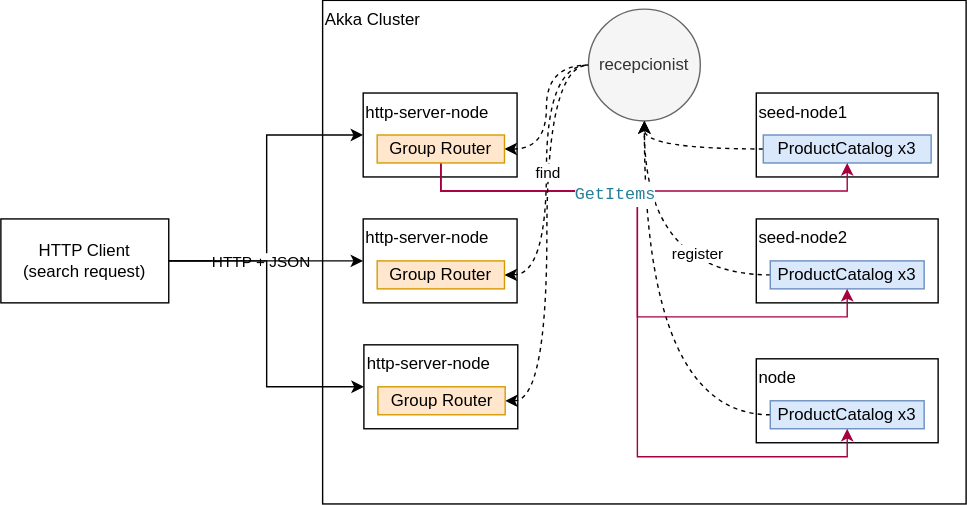
This is product_catalog_http_cluster.drawio.svg from agh-reactive/reactive-lab6, a draw.io export, as it was before one commit. Source tidied: cells renumbered, new cells last; positions are measured from the earlier drawing's top-left corner, leaving out a move shared by most shapes.
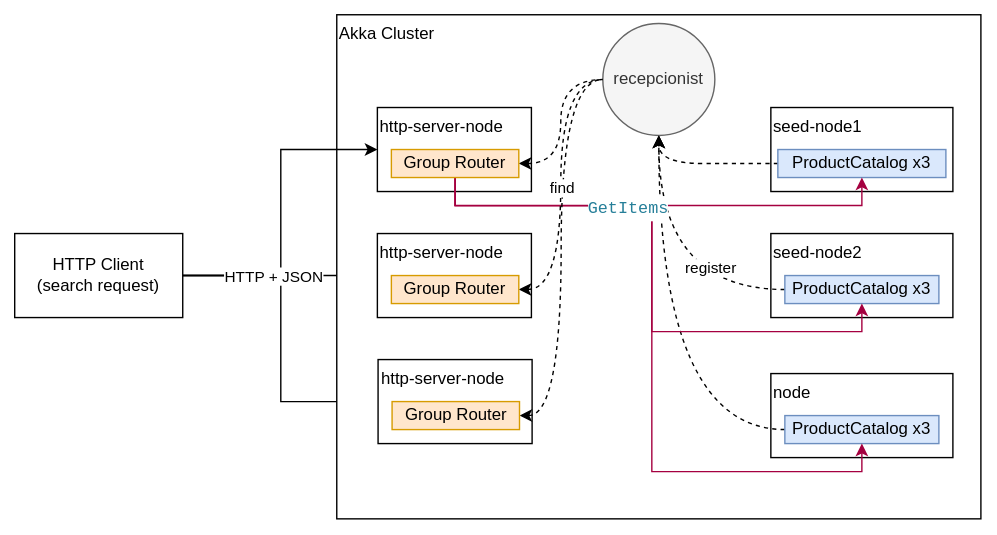
The same file after the commit.

Change to the diagram source:
```diff
@@ -2,133 +2,133 @@
   <root>
     <mxCell id="0" />
     <mxCell id="1" parent="0" />
+    <mxCell id="33" style="edgeStyle=orthogonalEdgeStyle;rounded=0;jettySize=auto;html=1;fontSize=9;fontColor=#000000;startArrow=none;startFill=0;endArrow=classic;endFill=1;" parent="1" edge="1" source="7" target="48">
+      <mxGeometry relative="1" as="geometry">
+        <Array as="points">
+          <mxPoint x="160" y="186.1" />
+          <mxPoint x="160" y="186.1" />
+        </Array>
+      </mxGeometry>
+    </mxCell>
+    <mxCell id="34" style="edgeStyle=orthogonalEdgeStyle;rounded=0;jettySize=auto;html=1;exitX=1;exitY=0.5;exitDx=0;exitDy=0;entryX=0;entryY=0.5;entryDx=0;entryDy=0;fontSize=9;fontColor=#000000;startArrow=none;startFill=0;endArrow=classic;endFill=1;" parent="1" edge="1" source="7" target="51">
+      <mxGeometry relative="1" as="geometry">
+        <Array as="points">
+          <mxPoint x="120" y="186.1" />
+          <mxPoint x="190" y="186.1" />
+          <mxPoint x="190" y="276.1" />
+        </Array>
+      </mxGeometry>
+    </mxCell>
     <mxCell id="2" value="Akka Cluster" style="rounded=0;whiteSpace=wrap;html=1;align=left;verticalAlign=top;" parent="1" vertex="1">
       <mxGeometry x="230" y="-0.2" width="460" height="360" as="geometry" />
     </mxCell>
-    <mxCell id="3" style="edgeStyle=orthogonalEdgeStyle;rounded=0;jettySize=auto;html=1;entryX=0;entryY=0.5;entryDx=0;entryDy=0;" parent="1" edge="1" source="7" target="19">
-      <mxGeometry relative="1" as="geometry">
-        <Array as="points">
-          <mxPoint x="190" y="186" />
-          <mxPoint x="190" y="96" />
-        </Array>
-      </mxGeometry>
-    </mxCell>
+    <mxCell id="35" style="edgeStyle=orthogonalEdgeStyle;rounded=0;jettySize=auto;html=1;entryX=0;entryY=0.5;entryDx=0;entryDy=0;" parent="1" edge="1" source="7" target="42">
+      <mxGeometry relative="1" as="geometry">
+        <Array as="points">
+          <mxPoint x="190" y="186.1" />
+          <mxPoint x="190" y="96" />
+        </Array>
+      </mxGeometry>
+    </mxCell>
-    <mxCell id="4" value="HTTP + JSON" style="edgeLabel;html=1;align=center;verticalAlign=middle;" parent="3" vertex="1">
+    <mxCell id="4" value="HTTP + JSON" style="edgeLabel;html=1;align=center;verticalAlign=middle;" parent="35" vertex="1">
       <mxGeometry x="0.05" y="-3" relative="1" as="geometry">
         <mxPoint x="-8" y="50" as="offset" />
       </mxGeometry>
     </mxCell>
-    <mxCell id="5" style="edgeStyle=orthogonalEdgeStyle;rounded=0;jettySize=auto;html=1;fontSize=9;fontColor=#000000;startArrow=none;startFill=0;endArrow=classic;endFill=1;" parent="1" edge="1" source="7" target="26">
-      <mxGeometry relative="1" as="geometry">
-        <Array as="points">
-          <mxPoint x="160" y="186" />
-          <mxPoint x="160" y="186" />
-        </Array>
-      </mxGeometry>
-    </mxCell>
-    <mxCell id="6" style="edgeStyle=orthogonalEdgeStyle;rounded=0;jettySize=auto;html=1;exitX=1;exitY=0.5;exitDx=0;exitDy=0;entryX=0;entryY=0.5;entryDx=0;entryDy=0;fontSize=9;fontColor=#000000;startArrow=none;startFill=0;endArrow=classic;endFill=1;" parent="1" edge="1" source="7" target="29">
-      <mxGeometry relative="1" as="geometry">
-        <Array as="points">
-          <mxPoint x="120" y="186" />
-          <mxPoint x="190" y="186" />
-          <mxPoint x="190" y="276" />
-        </Array>
-      </mxGeometry>
-    </mxCell>
     <mxCell id="7" value="HTTP Client&lt;br&gt;(search request)" style="rounded=0;whiteSpace=wrap;html=1;" parent="1" vertex="1">
-      <mxGeometry y="156" width="120" height="60" as="geometry" />
+      <mxGeometry y="156.1" width="120" height="60" as="geometry" />
     </mxCell>
     <mxCell id="8" value="seed-node1" style="rounded=0;whiteSpace=wrap;html=1;align=left;verticalAlign=top;" parent="1" vertex="1">
       <mxGeometry x="540" y="66" width="130" height="60" as="geometry" />
     </mxCell>
-    <mxCell id="9" style="rounded=0;jettySize=auto;html=1;entryX=0.5;entryY=1;entryDx=0;entryDy=0;dashed=1;edgeStyle=orthogonalEdgeStyle;elbow=vertical;curved=1;" parent="1" edge="1" source="10" target="11">
-      <mxGeometry relative="1" as="geometry" />
-    </mxCell>
-    <mxCell id="10" value="ProductCatalog x3" style="rounded=0;whiteSpace=wrap;html=1;align=center;verticalAlign=middle;fillColor=#dae8fc;strokeColor=#6c8ebf;" parent="1" vertex="1">
-      <mxGeometry x="545" y="96" width="120" height="20" as="geometry" />
-    </mxCell>
+    <mxCell id="36" style="rounded=0;jettySize=auto;html=1;entryX=0.5;entryY=1;entryDx=0;entryDy=0;dashed=1;edgeStyle=orthogonalEdgeStyle;elbow=vertical;curved=1;" parent="1" edge="1" source="37" target="11">
+      <mxGeometry relative="1" as="geometry" />
+    </mxCell>
+    <mxCell id="37" value="ProductCatalog x3" style="rounded=0;whiteSpace=wrap;html=1;align=center;verticalAlign=middle;fillColor=#dae8fc;strokeColor=#6c8ebf;" parent="1" vertex="1">
+      <mxGeometry x="545" y="96" width="120" height="20" as="geometry" />
+    </mxCell>
     <mxCell id="11" value="recepcionist" style="ellipse;whiteSpace=wrap;html=1;align=center;verticalAlign=middle;fillColor=#f5f5f5;strokeColor=#666666;fontColor=#333333;" parent="1" vertex="1">
       <mxGeometry x="420" y="6" width="80" height="80" as="geometry" />
     </mxCell>
     <mxCell id="12" value="seed-node2" style="rounded=0;whiteSpace=wrap;html=1;align=left;verticalAlign=top;" parent="1" vertex="1">
-      <mxGeometry x="540" y="156" width="130" height="60" as="geometry" />
+      <mxGeometry x="540" y="156.1" width="130" height="60" as="geometry" />
     </mxCell>
-    <mxCell id="13" style="rounded=0;jettySize=auto;html=1;dashed=1;edgeStyle=orthogonalEdgeStyle;elbow=vertical;curved=1;" parent="1" edge="1" source="15">
-      <mxGeometry relative="1" as="geometry">
-        <mxPoint x="460" y="86" as="targetPoint" />
-      </mxGeometry>
-    </mxCell>
+    <mxCell id="38" style="rounded=0;jettySize=auto;html=1;dashed=1;edgeStyle=orthogonalEdgeStyle;elbow=vertical;curved=1;" parent="1" edge="1" source="39">
+      <mxGeometry relative="1" as="geometry">
+        <mxPoint x="460" y="86" as="targetPoint" />
+      </mxGeometry>
+    </mxCell>
-    <mxCell id="14" value="register" style="edgeLabel;html=1;align=center;verticalAlign=middle;" parent="13" vertex="1">
+    <mxCell id="14" value="register" style="edgeLabel;html=1;align=center;verticalAlign=middle;" parent="38" vertex="1">
       <mxGeometry x="-0.47" y="-16" relative="1" as="geometry" />
     </mxCell>
-    <mxCell id="15" value="ProductCatalog x3" style="rounded=0;whiteSpace=wrap;html=1;align=center;verticalAlign=middle;fillColor=#dae8fc;strokeColor=#6c8ebf;" parent="1" vertex="1">
-      <mxGeometry x="550" y="186" width="110" height="20" as="geometry" />
-    </mxCell>
+    <mxCell id="39" value="ProductCatalog x3" style="rounded=0;whiteSpace=wrap;html=1;align=center;verticalAlign=middle;fillColor=#dae8fc;strokeColor=#6c8ebf;" parent="1" vertex="1">
+      <mxGeometry x="550" y="186.1" width="110" height="20" as="geometry" />
+    </mxCell>
     <mxCell id="16" value="node" style="rounded=0;whiteSpace=wrap;html=1;align=left;verticalAlign=top;" parent="1" vertex="1">
-      <mxGeometry x="540" y="256" width="130" height="60" as="geometry" />
+      <mxGeometry x="540" y="256.1" width="130" height="60" as="geometry" />
     </mxCell>
-    <mxCell id="17" style="rounded=0;jettySize=auto;html=1;entryX=0.5;entryY=1;entryDx=0;entryDy=0;dashed=1;edgeStyle=orthogonalEdgeStyle;elbow=vertical;curved=1;" parent="1" edge="1" source="18" target="11">
-      <mxGeometry relative="1" as="geometry" />
-    </mxCell>
-    <mxCell id="18" value="ProductCatalog x3" style="rounded=0;whiteSpace=wrap;html=1;align=center;verticalAlign=middle;fillColor=#dae8fc;strokeColor=#6c8ebf;" parent="1" vertex="1">
-      <mxGeometry x="550" y="286" width="110" height="20" as="geometry" />
-    </mxCell>
-    <mxCell id="19" value="http-server-node" style="rounded=0;whiteSpace=wrap;html=1;align=left;verticalAlign=top;" parent="1" vertex="1">
-      <mxGeometry x="259" y="66" width="110" height="60" as="geometry" />
-    </mxCell>
-    <mxCell id="20" style="edgeStyle=orthogonalEdgeStyle;curved=1;rounded=0;jettySize=auto;html=1;entryX=0;entryY=0.5;entryDx=0;entryDy=0;dashed=1;startArrow=classic;startFill=1;endArrow=none;endFill=0;" parent="1" edge="1" source="25" target="11">
-      <mxGeometry relative="1" as="geometry" />
-    </mxCell>
-    <mxCell id="21" style="edgeStyle=orthogonalEdgeStyle;rounded=0;jettySize=auto;html=1;startArrow=none;startFill=0;endArrow=classic;endFill=1;exitX=0.5;exitY=1;exitDx=0;exitDy=0;entryX=0.5;entryY=1;entryDx=0;entryDy=0;fillColor=#d80073;strokeColor=#A50040;" parent="1" edge="1" source="25" target="10">
-      <mxGeometry relative="1" as="geometry" />
-    </mxCell>
-    <mxCell id="22" style="edgeStyle=orthogonalEdgeStyle;rounded=0;jettySize=auto;html=1;entryX=0.5;entryY=1;entryDx=0;entryDy=0;startArrow=none;startFill=0;endArrow=classic;endFill=1;fillColor=#d80073;strokeColor=#A50040;" parent="1" edge="1" source="25" target="15">
-      <mxGeometry relative="1" as="geometry">
-        <Array as="points">
-          <mxPoint x="315" y="136" />
-          <mxPoint x="455" y="136" />
-          <mxPoint x="455" y="226" />
-          <mxPoint x="605" y="226" />
-        </Array>
-      </mxGeometry>
-    </mxCell>
-    <mxCell id="23" style="edgeStyle=orthogonalEdgeStyle;rounded=0;jettySize=auto;html=1;startArrow=none;startFill=0;endArrow=classic;endFill=1;fillColor=#d80073;strokeColor=#A50040;" parent="1" edge="1" source="25">
-      <mxGeometry relative="1" as="geometry">
-        <mxPoint x="605" y="306" as="targetPoint" />
-        <Array as="points">
-          <mxPoint x="315" y="136" />
-          <mxPoint x="455" y="136" />
-          <mxPoint x="455" y="326" />
-          <mxPoint x="605" y="326" />
-        </Array>
-      </mxGeometry>
-    </mxCell>
+    <mxCell id="40" style="rounded=0;jettySize=auto;html=1;entryX=0.5;entryY=1;entryDx=0;entryDy=0;dashed=1;edgeStyle=orthogonalEdgeStyle;elbow=vertical;curved=1;" parent="1" edge="1" source="41" target="11">
+      <mxGeometry relative="1" as="geometry" />
+    </mxCell>
+    <mxCell id="41" value="ProductCatalog x3" style="rounded=0;whiteSpace=wrap;html=1;align=center;verticalAlign=middle;fillColor=#dae8fc;strokeColor=#6c8ebf;" parent="1" vertex="1">
+      <mxGeometry x="550" y="286.1" width="110" height="20" as="geometry" />
+    </mxCell>
+    <mxCell id="42" value="http-server-node" style="rounded=0;whiteSpace=wrap;html=1;align=left;verticalAlign=top;" parent="1" vertex="1">
+      <mxGeometry x="259" y="66" width="110" height="60" as="geometry" />
+    </mxCell>
+    <mxCell id="43" style="edgeStyle=orthogonalEdgeStyle;curved=1;rounded=0;jettySize=auto;html=1;entryX=0;entryY=0.5;entryDx=0;entryDy=0;dashed=1;startArrow=classic;startFill=1;endArrow=none;endFill=0;" parent="1" edge="1" source="47" target="11">
+      <mxGeometry relative="1" as="geometry" />
+    </mxCell>
+    <mxCell id="44" style="edgeStyle=orthogonalEdgeStyle;rounded=0;jettySize=auto;html=1;startArrow=none;startFill=0;endArrow=classic;endFill=1;exitX=0.5;exitY=1;exitDx=0;exitDy=0;entryX=0.5;entryY=1;entryDx=0;entryDy=0;fillColor=#d80073;strokeColor=#A50040;" parent="1" edge="1" source="47" target="37">
+      <mxGeometry relative="1" as="geometry" />
+    </mxCell>
+    <mxCell id="45" style="edgeStyle=orthogonalEdgeStyle;rounded=0;jettySize=auto;html=1;entryX=0.5;entryY=1;entryDx=0;entryDy=0;startArrow=none;startFill=0;endArrow=classic;endFill=1;fillColor=#d80073;strokeColor=#A50040;" parent="1" edge="1" source="47" target="39">
+      <mxGeometry relative="1" as="geometry">
+        <Array as="points">
+          <mxPoint x="315" y="136.1" />
+          <mxPoint x="455" y="136.1" />
+          <mxPoint x="455" y="226.1" />
+          <mxPoint x="605" y="226.1" />
+        </Array>
+      </mxGeometry>
+    </mxCell>
+    <mxCell id="46" style="edgeStyle=orthogonalEdgeStyle;rounded=0;jettySize=auto;html=1;startArrow=none;startFill=0;endArrow=classic;endFill=1;fillColor=#d80073;strokeColor=#A50040;" parent="1" edge="1" source="47">
+      <mxGeometry relative="1" as="geometry">
+        <mxPoint x="605" y="306.1" as="targetPoint" />
+        <Array as="points">
+          <mxPoint x="315" y="136.1" />
+          <mxPoint x="455" y="136.1" />
+          <mxPoint x="455" y="326.1" />
+          <mxPoint x="605" y="326.1" />
+        </Array>
+      </mxGeometry>
+    </mxCell>
-    <mxCell id="24" value="&lt;div style=&quot;font-family: &amp;#34;menlo&amp;#34; , &amp;#34;monaco&amp;#34; , &amp;#34;courier new&amp;#34; , monospace ; font-size: 12px ; line-height: 18px&quot;&gt;&lt;span style=&quot;color: #267f99&quot;&gt;GetItems&lt;/span&gt;&lt;/div&gt;" style="edgeLabel;html=1;align=center;verticalAlign=middle;" parent="23" vertex="1">
+    <mxCell id="24" value="&lt;div style=&quot;font-family: &amp;#34;menlo&amp;#34; , &amp;#34;monaco&amp;#34; , &amp;#34;courier new&amp;#34; , monospace ; font-size: 12px ; line-height: 18px&quot;&gt;&lt;span style=&quot;color: #267f99&quot;&gt;GetItems&lt;/span&gt;&lt;/div&gt;" style="edgeLabel;html=1;align=center;verticalAlign=middle;" parent="46" vertex="1">
       <mxGeometry x="-0.45" y="-1" relative="1" as="geometry" />
     </mxCell>
-    <mxCell id="25" value="Group Router" style="rounded=0;whiteSpace=wrap;html=1;align=center;verticalAlign=middle;fillColor=#ffe6cc;strokeColor=#d79b00;" parent="1" vertex="1">
-      <mxGeometry x="269" y="96" width="91" height="20" as="geometry" />
-    </mxCell>
-    <mxCell id="26" value="http-server-node" style="rounded=0;whiteSpace=wrap;html=1;align=left;verticalAlign=top;" parent="1" vertex="1">
-      <mxGeometry x="259" y="156" width="110" height="60" as="geometry" />
-    </mxCell>
-    <mxCell id="27" style="edgeStyle=orthogonalEdgeStyle;curved=1;rounded=0;jettySize=auto;html=1;entryX=0;entryY=0.5;entryDx=0;entryDy=0;dashed=1;startArrow=classic;startFill=1;endArrow=none;endFill=0;" parent="1" edge="1" source="28" target="11">
-      <mxGeometry relative="1" as="geometry" />
-    </mxCell>
-    <mxCell id="28" value="Group Router" style="rounded=0;whiteSpace=wrap;html=1;align=center;verticalAlign=middle;fillColor=#ffe6cc;strokeColor=#d79b00;" parent="1" vertex="1">
-      <mxGeometry x="269" y="186" width="91" height="20" as="geometry" />
-    </mxCell>
-    <mxCell id="29" value="http-server-node" style="rounded=0;whiteSpace=wrap;html=1;align=left;verticalAlign=top;" parent="1" vertex="1">
-      <mxGeometry x="259.5" y="246" width="110" height="60" as="geometry" />
-    </mxCell>
-    <mxCell id="30" style="edgeStyle=orthogonalEdgeStyle;curved=1;rounded=0;jettySize=auto;html=1;exitX=1;exitY=0.5;exitDx=0;exitDy=0;entryX=0;entryY=0.5;entryDx=0;entryDy=0;dashed=1;startArrow=classic;startFill=1;endArrow=none;endFill=0;" parent="1" edge="1" source="32" target="11">
-      <mxGeometry relative="1" as="geometry" />
-    </mxCell>
+    <mxCell id="47" value="Group Router" style="rounded=0;whiteSpace=wrap;html=1;align=center;verticalAlign=middle;fillColor=#ffe6cc;strokeColor=#d79b00;" parent="1" vertex="1">
+      <mxGeometry x="269" y="96" width="91" height="20" as="geometry" />
+    </mxCell>
+    <mxCell id="48" value="http-server-node" style="rounded=0;whiteSpace=wrap;html=1;align=left;verticalAlign=top;" parent="1" vertex="1">
+      <mxGeometry x="259" y="156.1" width="110" height="60" as="geometry" />
+    </mxCell>
+    <mxCell id="49" style="edgeStyle=orthogonalEdgeStyle;curved=1;rounded=0;jettySize=auto;html=1;entryX=0;entryY=0.5;entryDx=0;entryDy=0;dashed=1;startArrow=classic;startFill=1;endArrow=none;endFill=0;" parent="1" edge="1" source="50" target="11">
+      <mxGeometry relative="1" as="geometry" />
+    </mxCell>
+    <mxCell id="50" value="Group Router" style="rounded=0;whiteSpace=wrap;html=1;align=center;verticalAlign=middle;fillColor=#ffe6cc;strokeColor=#d79b00;" parent="1" vertex="1">
+      <mxGeometry x="269" y="186.1" width="91" height="20" as="geometry" />
+    </mxCell>
+    <mxCell id="51" value="http-server-node" style="rounded=0;whiteSpace=wrap;html=1;align=left;verticalAlign=top;" parent="1" vertex="1">
+      <mxGeometry x="259.5" y="246.1" width="110" height="60" as="geometry" />
+    </mxCell>
+    <mxCell id="52" style="edgeStyle=orthogonalEdgeStyle;curved=1;rounded=0;jettySize=auto;html=1;exitX=1;exitY=0.5;exitDx=0;exitDy=0;entryX=0;entryY=0.5;entryDx=0;entryDy=0;dashed=1;startArrow=classic;startFill=1;endArrow=none;endFill=0;" parent="1" edge="1" source="53" target="11">
+      <mxGeometry relative="1" as="geometry" />
+    </mxCell>
-    <mxCell id="31" value="&lt;font style=&quot;font-size: 11px&quot;&gt;find&lt;/font&gt;" style="edgeLabel;html=1;align=center;verticalAlign=middle;fontSize=9;fontColor=#000000;" parent="30" vertex="1">
+    <mxCell id="31" value="&lt;font style=&quot;font-size: 11px&quot;&gt;find&lt;/font&gt;" style="edgeLabel;html=1;align=center;verticalAlign=middle;fontSize=9;fontColor=#000000;" parent="52" vertex="1">
       <mxGeometry x="0.29" relative="1" as="geometry" />
     </mxCell>
-    <mxCell id="32" value="Group Router" style="rounded=0;whiteSpace=wrap;html=1;align=center;verticalAlign=middle;fillColor=#ffe6cc;strokeColor=#d79b00;" parent="1" vertex="1">
-      <mxGeometry x="269.5" y="276" width="91" height="20" as="geometry" />
-    </mxCell>
+    <mxCell id="53" value="Group Router" style="rounded=0;whiteSpace=wrap;html=1;align=center;verticalAlign=middle;fillColor=#ffe6cc;strokeColor=#d79b00;" parent="1" vertex="1">
+      <mxGeometry x="269.5" y="276.1" width="91" height="20" as="geometry" />
+    </mxCell>
   </root>
 </mxGraphModel>
```
